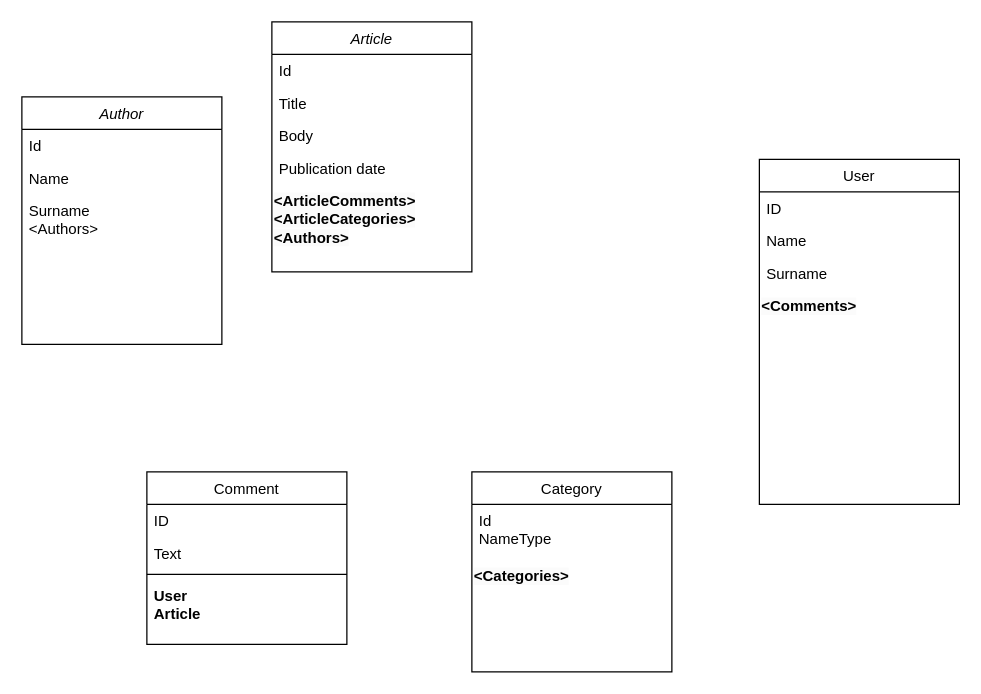
The draw.io diagram Диаграмма без названия.drawio in honeymints/Article-Management-System, before the edit. Source tidied: cells renumbered, new cells numbered last; positions are measured from the earlier drawing's top-left corner, leaving out a move shared by most shapes. Both pictures are drawn from the tidied source at 125%, with x=0, y=0 at pixel (21, 21).
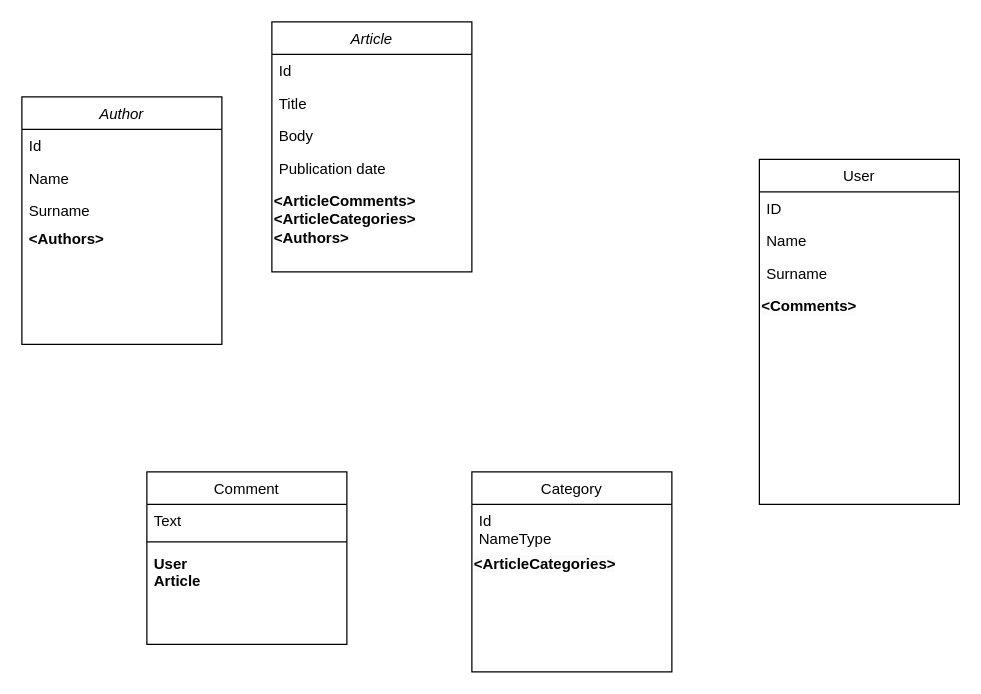
Above is the later version.

The change refers to these unchanged cells:
```xml
<mxCell id="2" value="Category" style="swimlane;fontStyle=0;align=center;verticalAlign=top;horizontal=1;startSize=26;rounded=0;shadow=0;strokeWidth=1;" parent="1" vertex="1">
  <mxGeometry x="360" y="360" width="160" height="160" as="geometry" />
</mxCell>
<mxCell id="12" value="Comment" style="swimlane;fontStyle=0;align=center;verticalAlign=top;horizontal=1;startSize=26;rounded=0;shadow=0;strokeWidth=1;" parent="1" vertex="1">
  <mxGeometry x="100" y="360" width="160" height="138" as="geometry" />
</mxCell>
<mxCell id="22" value="Author" style="swimlane;fontStyle=2;align=center;verticalAlign=top;horizontal=1;startSize=26;rounded=0;shadow=0;strokeWidth=1;" parent="1" vertex="1">
  <mxGeometry y="60" width="160" height="198" as="geometry" />
</mxCell>
```

The edit, as a diff of the source:
```diff
@@
     <mxCell id="3" value="Id&#10;NameType&#10;&#10;" style="text;align=left;verticalAlign=top;spacingLeft=4;spacingRight=4;overflow=hidden;fontStyle=0;" parent="2" vertex="1">
-      <mxGeometry y="26" width="160" height="44" as="geometry" />
+      <mxGeometry y="26" width="160" height="34" as="geometry" />
     </mxCell>
-    <mxCell id="4" value="&lt;span style=&quot;color: rgb(0, 0, 0); font-family: Helvetica; font-size: 12px; font-style: normal; font-variant-ligatures: normal; font-variant-caps: normal; letter-spacing: normal; orphans: 2; text-align: left; text-indent: 0px; text-transform: none; widows: 2; word-spacing: 0px; -webkit-text-stroke-width: 0px; background-color: rgb(251, 251, 251); text-decoration-thickness: initial; text-decoration-style: initial; text-decoration-color: initial; float: none; display: inline !important;&quot;&gt;&lt;b&gt;&amp;lt;Categories&amp;gt;&lt;/b&gt;&lt;/span&gt;" style="text;whiteSpace=wrap;html=1;" parent="2" vertex="1">
-      <mxGeometry y="70" width="160" height="40" as="geometry" />
+    <mxCell id="4" value="&lt;span style=&quot;color: rgb(0, 0, 0); font-family: Helvetica; font-size: 12px; font-style: normal; font-variant-ligatures: normal; font-variant-caps: normal; letter-spacing: normal; orphans: 2; text-align: left; text-indent: 0px; text-transform: none; widows: 2; word-spacing: 0px; -webkit-text-stroke-width: 0px; background-color: rgb(251, 251, 251); text-decoration-thickness: initial; text-decoration-style: initial; text-decoration-color: initial; float: none; display: inline !important;&quot;&gt;&lt;b&gt;&amp;lt;ArticleCategories&amp;gt;&lt;/b&gt;&lt;/span&gt;" style="text;whiteSpace=wrap;html=1;" parent="2" vertex="1">
+      <mxGeometry y="60" width="160" height="40" as="geometry" />
     </mxCell>
@@
-    <mxCell id="13" value="ID" style="text;align=left;verticalAlign=top;spacingLeft=4;spacingRight=4;overflow=hidden;" parent="12" vertex="1">
-      <mxGeometry y="26" width="160" height="26" as="geometry" />
-    </mxCell>
     <mxCell id="14" value="Text" style="text;align=left;verticalAlign=top;spacingLeft=4;spacingRight=4;overflow=hidden;rounded=0;shadow=0;html=0;" parent="12" vertex="1">
-      <mxGeometry y="52" width="160" height="26" as="geometry" />
+      <mxGeometry y="26" width="160" height="26" as="geometry" />
     </mxCell>
     <mxCell id="15" style="line;html=1;strokeWidth=1;align=left;verticalAlign=middle;spacingTop=-1;spacingLeft=3;spacingRight=3;labelPosition=right;" parent="12" vertex="1">
-      <mxGeometry y="78" width="160" height="8" as="geometry" />
+      <mxGeometry y="52" width="160" height="8" as="geometry" />
     </mxCell>
     <mxCell id="16" value="User&#10;Article" style="text;align=left;verticalAlign=top;spacingLeft=4;spacingRight=4;overflow=hidden;fontStyle=1;" parent="12" vertex="1">
-      <mxGeometry y="86" width="160" height="44" as="geometry" />
+      <mxGeometry y="60" width="160" height="44" as="geometry" />
     </mxCell>
@@
-    <mxCell id="25" value="Surname&#10;&lt;Authors&gt;" style="text;align=left;verticalAlign=top;spacingLeft=4;spacingRight=4;overflow=hidden;rounded=0;shadow=0;html=0;" parent="22" vertex="1">
-      <mxGeometry y="78" width="160" height="62" as="geometry" />
+    <mxCell id="25" value="Surname&#10;" style="text;align=left;verticalAlign=top;spacingLeft=4;spacingRight=4;overflow=hidden;rounded=0;shadow=0;html=0;" parent="22" vertex="1">
+      <mxGeometry y="78" width="160" height="22" as="geometry" />
     </mxCell>
+    <mxCell id="26" value="&lt;Authors&gt;" style="text;align=left;verticalAlign=top;spacingLeft=4;spacingRight=4;overflow=hidden;rounded=0;shadow=0;html=0;fontStyle=1;" parent="22" vertex="1">
+      <mxGeometry y="100" width="160" height="26" as="geometry" />
+    </mxCell>
```
